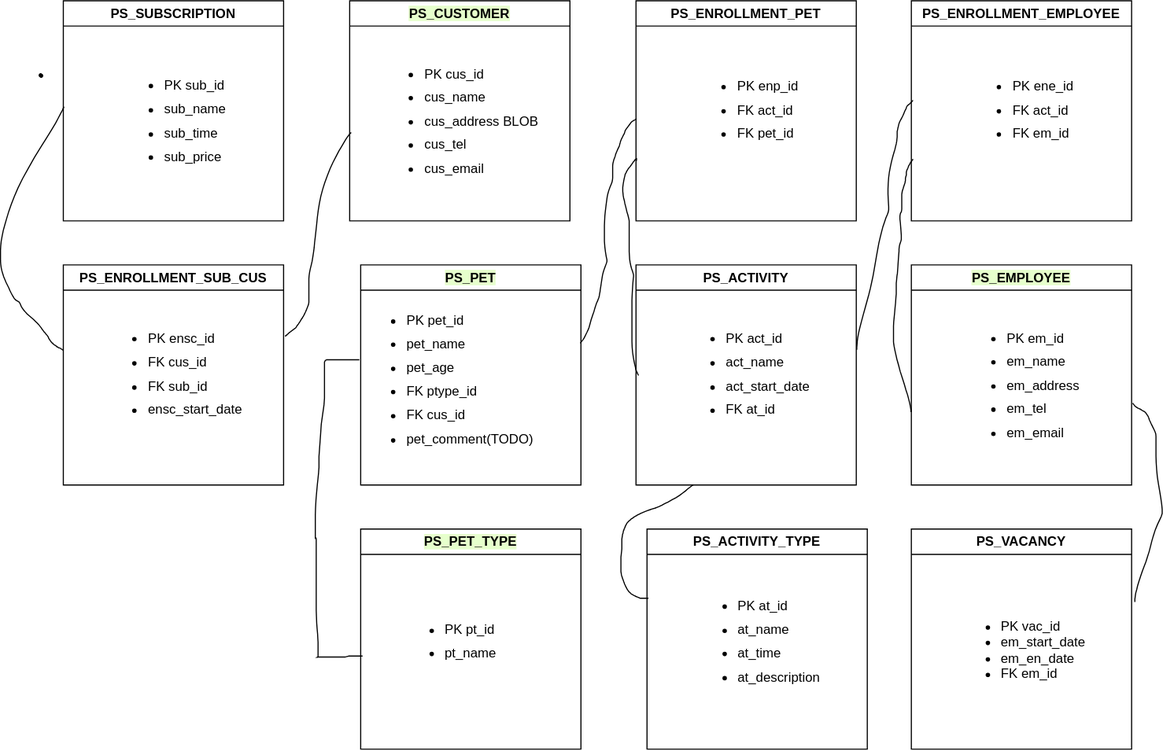
Above: Pet sitter Database.drawio.svg in serotonine/HYFBE-java-pet-sitter (draw.io), before the change. Source tidied: cells renumbered, new cells last; positions are measured from the earlier drawing's top-left corner, leaving out a move shared by most shapes. Its diagram source:
```xml
<mxGraphModel>
  <root>
    <mxCell id="0" />
    <mxCell id="1" parent="0" />
    <mxCell id="2" style="group;" parent="1" vertex="1">
      <mxGeometry x="57" width="200" height="200" as="geometry" />
    </mxCell>
    <mxCell id="3" value="PS_SUBSCRIPTION" style="swimlane;whiteSpace=wrap;html=1;fillStyle=solid;fillColor=#FFFFFF;" parent="2" vertex="1">
      <mxGeometry width="200" height="200" as="geometry" />
    </mxCell>
    <mxCell id="4" value="&lt;ul style=&quot;text-align: left; line-height: 180%;&quot;&gt;&lt;li&gt;&lt;span style=&quot;background-color: transparent; color: light-dark(rgb(0, 0, 0), rgb(255, 255, 255));&quot;&gt;PK sub_id&lt;/span&gt;&lt;/li&gt;&lt;li&gt;&lt;span style=&quot;background-color: transparent; color: light-dark(rgb(0, 0, 0), rgb(255, 255, 255));&quot;&gt;sub_name&lt;/span&gt;&lt;/li&gt;&lt;li&gt;&lt;span style=&quot;background-color: transparent; color: light-dark(rgb(0, 0, 0), rgb(255, 255, 255));&quot;&gt;sub_time&lt;/span&gt;&lt;/li&gt;&lt;li&gt;&lt;span style=&quot;background-color: transparent; color: light-dark(rgb(0, 0, 0), rgb(255, 255, 255));&quot;&gt;sub_price&lt;/span&gt;&lt;/li&gt;&lt;/ul&gt;" style="text;html=1;whiteSpace=wrap;strokeColor=none;fillColor=none;align=center;verticalAlign=middle;rounded=0;" parent="2" vertex="1">
      <mxGeometry x="20" y="40" width="160" height="140" as="geometry" />
    </mxCell>
    <mxCell id="5" value=" " style="group;" parent="1" vertex="1">
      <mxGeometry x="327" y="240" width="200" height="200" as="geometry" />
    </mxCell>
    <mxCell id="6" value="&lt;span style=&quot;background-color: rgb(230, 255, 204);&quot;&gt;PS_PET&lt;/span&gt;" style="swimlane;whiteSpace=wrap;html=1;fillStyle=solid;fillColor=#FFFFFF;" parent="5" vertex="1">
      <mxGeometry width="200" height="200" as="geometry" />
    </mxCell>
    <mxCell id="7" value="&lt;ul style=&quot;line-height: 180%;&quot;&gt;&lt;li&gt;PK pet_id&lt;/li&gt;&lt;li&gt;pet_name&lt;/li&gt;&lt;li&gt;pet_age&lt;/li&gt;&lt;li&gt;&lt;span style=&quot;color: light-dark(rgb(0, 0, 0), rgb(255, 255, 255));&quot;&gt;FK ptype_id&lt;/span&gt;&lt;/li&gt;&lt;li&gt;FK cus_id&lt;/li&gt;&lt;li&gt;pet_comment(TODO)&amp;nbsp;&lt;/li&gt;&lt;/ul&gt;&lt;div&gt;&lt;br&gt;&lt;/div&gt;" style="text;html=1;whiteSpace=wrap;strokeColor=none;fillColor=none;align=left;verticalAlign=middle;rounded=0;" parent="6" vertex="1">
      <mxGeometry y="24" width="200" height="176" as="geometry" />
    </mxCell>
    <mxCell id="8" style="group;" parent="1" vertex="1">
      <mxGeometry x="577" y="240" width="200" height="200" as="geometry" />
    </mxCell>
    <mxCell id="9" style="group;" parent="8" vertex="1">
      <mxGeometry width="200" height="200" as="geometry" />
    </mxCell>
    <mxCell id="10" value="PS_ACTIVITY" style="swimlane;whiteSpace=wrap;html=1;fillStyle=solid;fillColor=#FFFFFF;" parent="9" vertex="1">
      <mxGeometry width="200" height="200" as="geometry" />
    </mxCell>
    <mxCell id="11" value="&lt;ul style=&quot;text-align: left; line-height: 180%;&quot;&gt;&lt;li&gt;&lt;span style=&quot;background-color: transparent; color: light-dark(rgb(0, 0, 0), rgb(255, 255, 255));&quot;&gt;PK act_id&lt;/span&gt;&lt;/li&gt;&lt;li&gt;&lt;span style=&quot;background-color: transparent; color: light-dark(rgb(0, 0, 0), rgb(255, 255, 255));&quot;&gt;act_name&lt;/span&gt;&lt;/li&gt;&lt;li&gt;act_start_date&lt;/li&gt;&lt;li&gt;FK at_id&lt;/li&gt;&lt;/ul&gt;" style="text;html=1;whiteSpace=wrap;strokeColor=none;fillColor=none;align=center;verticalAlign=middle;rounded=0;" parent="9" vertex="1">
      <mxGeometry x="20" y="40" width="160" height="120" as="geometry" />
    </mxCell>
    <mxCell id="12" style="group;" parent="1" vertex="1">
      <mxGeometry x="827" y="240" width="200" height="200" as="geometry" />
    </mxCell>
    <mxCell id="13" style="group;" parent="12" vertex="1">
      <mxGeometry width="200" height="200" as="geometry" />
    </mxCell>
    <mxCell id="14" value="&lt;span style=&quot;background-color: rgb(230, 255, 204);&quot;&gt;PS_EMPLOYEE&lt;/span&gt;" style="swimlane;whiteSpace=wrap;html=1;fillStyle=solid;fillColor=#FFFFFF;" parent="13" vertex="1">
      <mxGeometry width="200" height="200" as="geometry" />
    </mxCell>
    <mxCell id="15" value="&lt;ul style=&quot;text-align: left; line-height: 180%;&quot;&gt;&lt;li&gt;&lt;span style=&quot;background-color: transparent; color: light-dark(rgb(0, 0, 0), rgb(255, 255, 255));&quot;&gt;PK em_id&lt;/span&gt;&lt;/li&gt;&lt;li&gt;&lt;span style=&quot;background-color: transparent; color: light-dark(rgb(0, 0, 0), rgb(255, 255, 255));&quot;&gt;em_name&lt;/span&gt;&lt;/li&gt;&lt;li&gt;&lt;span style=&quot;background-color: transparent; color: light-dark(rgb(0, 0, 0), rgb(255, 255, 255));&quot;&gt;em_address&lt;/span&gt;&lt;/li&gt;&lt;li&gt;&lt;span style=&quot;background-color: transparent; color: light-dark(rgb(0, 0, 0), rgb(255, 255, 255));&quot;&gt;em_tel&lt;/span&gt;&lt;/li&gt;&lt;li&gt;&lt;span style=&quot;background-color: transparent; color: light-dark(rgb(0, 0, 0), rgb(255, 255, 255));&quot;&gt;em_email&lt;/span&gt;&lt;/li&gt;&lt;/ul&gt;" style="text;html=1;whiteSpace=wrap;strokeColor=none;fillColor=none;align=center;verticalAlign=middle;rounded=0;" parent="13" vertex="1">
      <mxGeometry x="20" y="40" width="160" height="140" as="geometry" />
    </mxCell>
    <mxCell id="16" style="group;" parent="1" vertex="1">
      <mxGeometry x="827" y="480" width="200" height="200" as="geometry" />
    </mxCell>
    <mxCell id="17" value="PS_VACANCY" style="swimlane;whiteSpace=wrap;html=1;fillStyle=solid;fillColor=#FFFFFF;" parent="16" vertex="1">
      <mxGeometry width="200" height="200" as="geometry" />
    </mxCell>
    <mxCell id="18" value="&lt;ul style=&quot;text-align: left;&quot;&gt;&lt;li&gt;&lt;span style=&quot;background-color: transparent; color: light-dark(rgb(0, 0, 0), rgb(255, 255, 255));&quot;&gt;PK vac_id&lt;/span&gt;&lt;/li&gt;&lt;li&gt;&lt;span style=&quot;background-color: transparent; color: light-dark(rgb(0, 0, 0), rgb(255, 255, 255));&quot;&gt;em_start_date&lt;/span&gt;&lt;/li&gt;&lt;li&gt;&lt;span style=&quot;background-color: transparent; color: light-dark(rgb(0, 0, 0), rgb(255, 255, 255));&quot;&gt;em_en_date&lt;/span&gt;&lt;/li&gt;&lt;li&gt;&lt;span style=&quot;background-color: transparent; color: light-dark(rgb(0, 0, 0), rgb(255, 255, 255));&quot;&gt;FK em_id&lt;/span&gt;&lt;/li&gt;&lt;/ul&gt;" style="text;html=1;whiteSpace=wrap;strokeColor=none;fillColor=none;align=center;verticalAlign=middle;rounded=0;" parent="16" vertex="1">
      <mxGeometry x="20" y="40" width="160" height="140" as="geometry" />
    </mxCell>
    <mxCell id="19" style="group;" parent="1" vertex="1">
      <mxGeometry x="317" width="200" height="200" as="geometry" />
    </mxCell>
    <mxCell id="20" value="&lt;span style=&quot;background-color: rgb(230, 255, 204);&quot;&gt;PS_CUSTOMER&lt;/span&gt;" style="swimlane;whiteSpace=wrap;html=1;fillStyle=solid;fillColor=#FFFFFF;" parent="19" vertex="1">
      <mxGeometry width="200" height="200" as="geometry" />
    </mxCell>
    <mxCell id="21" value="&lt;div style=&quot;line-height: 180%;&quot;&gt;&lt;div style=&quot;text-align: left;&quot;&gt;&lt;ul&gt;&lt;li&gt;&lt;span style=&quot;background-color: transparent; color: light-dark(rgb(0, 0, 0), rgb(255, 255, 255));&quot;&gt;PK cus_id&lt;/span&gt;&lt;/li&gt;&lt;li&gt;&lt;span style=&quot;background-color: transparent; color: light-dark(rgb(0, 0, 0), rgb(255, 255, 255));&quot;&gt;cus_name&lt;/span&gt;&lt;/li&gt;&lt;li&gt;&lt;span style=&quot;background-color: transparent; color: light-dark(rgb(0, 0, 0), rgb(255, 255, 255));&quot;&gt;cus_address BLOB&lt;/span&gt;&lt;/li&gt;&lt;li&gt;&lt;span style=&quot;background-color: transparent; color: light-dark(rgb(0, 0, 0), rgb(255, 255, 255));&quot;&gt;cus_tel&lt;/span&gt;&lt;/li&gt;&lt;li&gt;&lt;span style=&quot;background-color: transparent; color: light-dark(rgb(0, 0, 0), rgb(255, 255, 255));&quot;&gt;cus_email&lt;/span&gt;&lt;/li&gt;&lt;/ul&gt;&lt;/div&gt;&lt;div&gt;&lt;/div&gt;&lt;/div&gt;" style="text;html=1;whiteSpace=wrap;strokeColor=none;fillColor=none;align=center;verticalAlign=middle;rounded=0;" parent="19" vertex="1">
      <mxGeometry y="30" width="200" height="160" as="geometry" />
    </mxCell>
    <mxCell id="22" value=" " style="group;" parent="1" vertex="1">
      <mxGeometry x="327" y="480" width="200" height="200" as="geometry" />
    </mxCell>
    <mxCell id="23" value="&lt;span style=&quot;background-color: rgb(230, 255, 204);&quot;&gt;PS_PET_TYPE&lt;/span&gt;" style="swimlane;whiteSpace=wrap;html=1;fillStyle=solid;fillColor=#FFFFFF;" parent="22" vertex="1">
      <mxGeometry width="200" height="200" as="geometry" />
    </mxCell>
    <mxCell id="24" value="&lt;ul style=&quot;line-height: 180%;&quot;&gt;&lt;li style=&quot;text-align: left;&quot;&gt;&lt;span&gt;PK pt_id&lt;/span&gt;&lt;/li&gt;&lt;li style=&quot;text-align: left;&quot;&gt;pt_name&lt;/li&gt;&lt;/ul&gt;&lt;div&gt;&lt;br style=&quot;text-align: left;&quot;&gt;&lt;/div&gt;" style="text;html=1;whiteSpace=wrap;strokeColor=none;fillColor=none;align=center;verticalAlign=middle;rounded=0;" parent="22" vertex="1">
      <mxGeometry x="20" y="40" width="120" height="140" as="geometry" />
    </mxCell>
    <mxCell id="25" style="group;" parent="1" vertex="1">
      <mxGeometry x="587" y="480" width="200" height="200" as="geometry" />
    </mxCell>
    <mxCell id="26" style="group;" parent="25" vertex="1">
      <mxGeometry width="200" height="200" as="geometry" />
    </mxCell>
    <mxCell id="27" value="PS_ACTIVITY_TYPE" style="swimlane;whiteSpace=wrap;html=1;fillStyle=solid;fillColor=#FFFFFF;" parent="26" vertex="1">
      <mxGeometry width="200" height="200" as="geometry" />
    </mxCell>
    <mxCell id="28" value="&lt;ul style=&quot;line-height: 21.6px;&quot;&gt;&lt;li style=&quot;text-align: left;&quot;&gt;PK at_id&lt;/li&gt;&lt;li style=&quot;text-align: left;&quot;&gt;at_name&lt;/li&gt;&lt;li style=&quot;text-align: left;&quot;&gt;at_time&lt;/li&gt;&lt;li style=&quot;text-align: left;&quot;&gt;&lt;span style=&quot;background-color: transparent; color: light-dark(rgb(0, 0, 0), rgb(255, 255, 255));&quot;&gt;at_description&lt;/span&gt;&lt;/li&gt;&lt;/ul&gt;&lt;div&gt;&lt;br style=&quot;text-align: left;&quot;&gt;&lt;/div&gt;" style="text;html=1;whiteSpace=wrap;strokeColor=none;fillColor=none;align=center;verticalAlign=middle;rounded=0;" parent="26" vertex="1">
      <mxGeometry y="20" width="200" height="180" as="geometry" />
    </mxCell>
    <mxCell id="29" style="group;" parent="1" vertex="1">
      <mxGeometry x="577" width="200" height="200" as="geometry" />
    </mxCell>
    <mxCell id="30" style="group;" parent="29" vertex="1">
      <mxGeometry width="200" height="200" as="geometry" />
    </mxCell>
    <mxCell id="31" value="PS_ENROLLMENT_PET" style="swimlane;whiteSpace=wrap;html=1;fillStyle=solid;fillColor=#FFFFFF;" parent="30" vertex="1">
      <mxGeometry width="200" height="200" as="geometry" />
    </mxCell>
    <mxCell id="32" value="&lt;ul style=&quot;text-align: left; line-height: 180%;&quot;&gt;&lt;li&gt;&lt;span style=&quot;background-color: transparent; color: light-dark(rgb(0, 0, 0), rgb(255, 255, 255));&quot;&gt;PK enp_id&lt;/span&gt;&lt;/li&gt;&lt;li&gt;&lt;span style=&quot;background-color: transparent; color: light-dark(rgb(0, 0, 0), rgb(255, 255, 255));&quot;&gt;FK act_id&lt;/span&gt;&lt;/li&gt;&lt;li&gt;FK pet_id&lt;/li&gt;&lt;/ul&gt;" style="text;html=1;whiteSpace=wrap;strokeColor=none;fillColor=none;align=center;verticalAlign=middle;rounded=0;" parent="30" vertex="1">
      <mxGeometry x="20" y="40" width="160" height="120" as="geometry" />
    </mxCell>
    <mxCell id="33" style="group;" parent="1" vertex="1">
      <mxGeometry x="827" width="200" height="200" as="geometry" />
    </mxCell>
    <mxCell id="34" style="group;" parent="33" vertex="1">
      <mxGeometry width="200" height="200" as="geometry" />
    </mxCell>
    <mxCell id="35" value="PS_ENROLLMENT_EMPLOYEE" style="swimlane;whiteSpace=wrap;html=1;fillStyle=solid;fillColor=#FFFFFF;" parent="34" vertex="1">
      <mxGeometry width="200" height="200" as="geometry" />
    </mxCell>
    <mxCell id="36" value="&lt;ul style=&quot;text-align: left; line-height: 180%;&quot;&gt;&lt;li&gt;&lt;span style=&quot;background-color: transparent; color: light-dark(rgb(0, 0, 0), rgb(255, 255, 255));&quot;&gt;PK ene_id&lt;/span&gt;&lt;/li&gt;&lt;li&gt;&lt;span style=&quot;background-color: transparent; color: light-dark(rgb(0, 0, 0), rgb(255, 255, 255));&quot;&gt;FK act_id&lt;/span&gt;&lt;/li&gt;&lt;li&gt;FK em_id&lt;/li&gt;&lt;/ul&gt;" style="text;html=1;whiteSpace=wrap;strokeColor=none;fillColor=none;align=center;verticalAlign=middle;rounded=0;" parent="34" vertex="1">
      <mxGeometry x="20" y="40" width="160" height="120" as="geometry" />
    </mxCell>
    <mxCell id="37" style="group;" parent="1" vertex="1">
      <mxGeometry x="57" y="240" width="200" height="200" as="geometry" />
    </mxCell>
    <mxCell id="38" style="group;" parent="37" vertex="1">
      <mxGeometry width="200" height="200" as="geometry" />
    </mxCell>
    <mxCell id="39" value="PS_ENROLLMENT_SUB_CUS" style="swimlane;whiteSpace=wrap;html=1;fillStyle=solid;fillColor=#FFFFFF;" parent="38" vertex="1">
      <mxGeometry width="200" height="200" as="geometry" />
    </mxCell>
    <mxCell id="40" value="&lt;ul style=&quot;text-align: left; line-height: 180%;&quot;&gt;&lt;li&gt;&lt;span style=&quot;background-color: transparent; color: light-dark(rgb(0, 0, 0), rgb(255, 255, 255));&quot;&gt;PK ensc_id&lt;/span&gt;&lt;/li&gt;&lt;li&gt;&lt;span style=&quot;background-color: transparent; color: light-dark(rgb(0, 0, 0), rgb(255, 255, 255));&quot;&gt;FK cus_id&lt;/span&gt;&lt;/li&gt;&lt;li&gt;FK sub_id&lt;/li&gt;&lt;li&gt;ensc_start_date&lt;/li&gt;&lt;/ul&gt;" style="text;html=1;whiteSpace=wrap;strokeColor=none;fillColor=none;align=center;verticalAlign=middle;rounded=0;" parent="38" vertex="1">
      <mxGeometry x="20" y="40" width="160" height="120" as="geometry" />
    </mxCell>
    <mxCell id="41" style="shape=(stored shape, 640 characters);lineShape=1;strokeColor=default;" parent="1" vertex="1">
      <mxGeometry x="35.1" y="66.3" width="3.2" height="3.2" as="geometry" />
    </mxCell>
    <mxCell id="42" style="shape=(stored shape, 1456 characters);fillColor=none;strokeColor=default;" parent="1" vertex="1">
      <mxGeometry x="285.8" y="326.3" width="42.9" height="270.2" as="geometry" />
    </mxCell>
    <mxCell id="43" style="shape=(stored shape, 1252 characters);fillColor=none;strokeColor=default;" parent="1" vertex="1">
      <mxGeometry x="526.6" y="107.1" width="50.8" height="204.2" as="geometry" />
    </mxCell>
    <mxCell id="44" style="shape=(stored shape, 1080 characters);fillColor=none;strokeColor=default;" parent="1" vertex="1">
      <mxGeometry x="565" y="142.9" width="14.2" height="197.5" as="geometry" />
    </mxCell>
    <mxCell id="45" style="shape=(stored shape, 1012 characters);fillColor=none;strokeColor=default;" parent="1" vertex="1">
      <mxGeometry x="777.5" y="90.4" width="50.8" height="226.7" as="geometry" />
    </mxCell>
    <mxCell id="46" style="shape=(stored shape, 1292 characters);fillColor=none;strokeColor=default;" parent="1" vertex="1">
      <mxGeometry x="810.8" y="143.8" width="17.5" height="230" as="geometry" />
    </mxCell>
    <mxCell id="47" style="shape=(stored shape, 968 characters);fillColor=none;strokeColor=default;" parent="1" vertex="1">
      <mxGeometry x="1028.3" y="365.4" width="26.5" height="180.8" as="geometry" />
    </mxCell>
    <mxCell id="48" style="shape=(stored shape, 1292 characters);fillColor=none;strokeColor=default;" parent="1" vertex="1">
      <mxGeometry x="563.3" y="439.6" width="65.8" height="103.3" as="geometry" />
    </mxCell>
    <mxCell id="49" style="shape=(stored shape, 1036 characters);fillColor=none;strokeColor=default;" parent="1" vertex="1">
      <mxGeometry x="258.3" y="119.6" width="60" height="185" as="geometry" />
    </mxCell>
    <mxCell id="50" style="shape=(stored shape, 1332 characters);fillColor=none;strokeColor=default;" parent="1" vertex="1">
      <mxGeometry y="96.3" width="57.5" height="221.7" as="geometry" />
    </mxCell>
  </root>
</mxGraphModel>
```
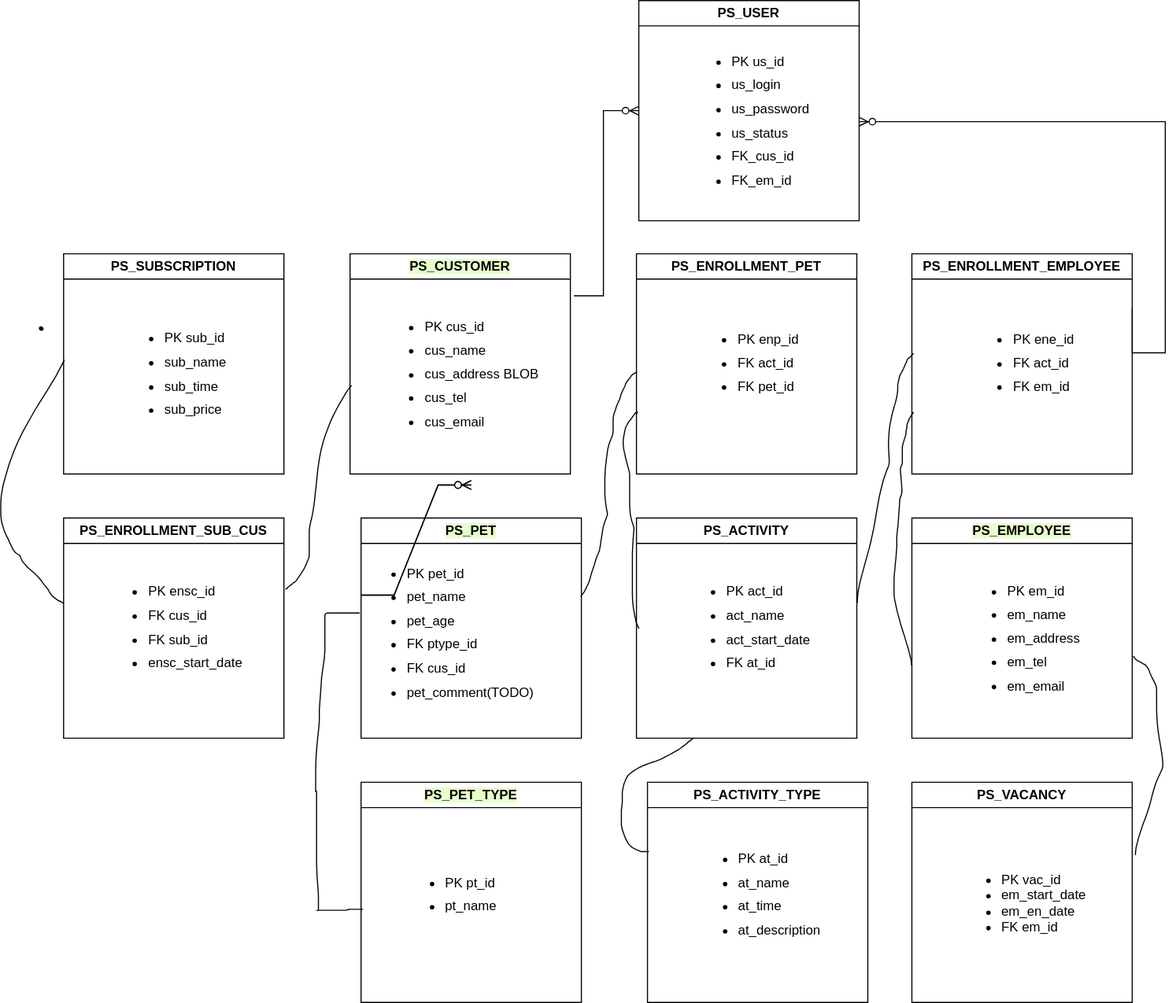
The same diagram one commit later.

Commit message:
User implementation #1.

Change to the diagram source:
```diff
@@ -149,5 +149,44 @@
     <mxCell id="50" style="shape=(stored shape, 1332 characters);fillColor=none;strokeColor=default;" parent="1" vertex="1">
       <mxGeometry y="96.3" width="57.5" height="221.7" as="geometry" />
     </mxCell>
+    <mxCell id="51" style="group;" parent="1" vertex="1">
+      <mxGeometry x="579.1" y="-230" width="200" height="200" as="geometry" />
+    </mxCell>
+    <mxCell id="52" value="PS_USER" style="swimlane;whiteSpace=wrap;html=1;fillStyle=solid;fillColor=#FFFFFF;" parent="51" vertex="1">
+      <mxGeometry width="200" height="200" as="geometry" />
+    </mxCell>
+    <mxCell id="53" value="&lt;div style=&quot;line-height: 180%;&quot;&gt;&lt;div style=&quot;text-align: left;&quot;&gt;&lt;ul&gt;&lt;li&gt;&lt;span style=&quot;background-color: transparent; color: light-dark(rgb(0, 0, 0), rgb(255, 255, 255));&quot;&gt;PK us_id&lt;/span&gt;&lt;/li&gt;&lt;li&gt;&lt;span style=&quot;background-color: transparent; color: light-dark(rgb(0, 0, 0), rgb(255, 255, 255));&quot;&gt;us_login&lt;/span&gt;&lt;/li&gt;&lt;li&gt;&lt;span style=&quot;background-color: transparent; color: light-dark(rgb(0, 0, 0), rgb(255, 255, 255));&quot;&gt;us_password&lt;/span&gt;&lt;/li&gt;&lt;li&gt;&lt;span style=&quot;background-color: transparent; color: light-dark(rgb(0, 0, 0), rgb(255, 255, 255));&quot;&gt;us_status&lt;/span&gt;&lt;/li&gt;&lt;li&gt;&lt;span style=&quot;background-color: transparent; color: light-dark(rgb(0, 0, 0), rgb(255, 255, 255));&quot;&gt;FK_cus_id&lt;/span&gt;&lt;/li&gt;&lt;li&gt;&lt;span style=&quot;background-color: transparent; color: light-dark(rgb(0, 0, 0), rgb(255, 255, 255));&quot;&gt;FK_em_id&lt;/span&gt;&lt;/li&gt;&lt;/ul&gt;&lt;/div&gt;&lt;div&gt;&lt;/div&gt;&lt;/div&gt;" style="text;html=1;whiteSpace=wrap;strokeColor=none;fillColor=none;align=center;verticalAlign=middle;rounded=0;" parent="51" vertex="1">
+      <mxGeometry y="30" width="200" height="160" as="geometry" />
+    </mxCell>
+    <mxCell id="54" style="edgeStyle=orthogonalEdgeStyle;fontSize=12;html=1;endArrow=ERzeroToMany;endFill=1;rounded=0;exitX=1.016;exitY=0.051;exitDx=0;exitDy=0;exitPerimeter=0;" parent="1" edge="1" source="21">
+      <mxGeometry relative="1" as="geometry">
+        <mxPoint x="579.1" y="-130" as="targetPoint" />
+        <Array as="points">
+          <mxPoint x="547" y="38" />
+          <mxPoint x="547" y="-130" />
+        </Array>
+      </mxGeometry>
+    </mxCell>
+    <mxCell id="55" style="edgeStyle=entityRelationEdgeStyle;fontSize=12;html=1;endArrow=ERzeroToMany;endFill=1;rounded=0;" parent="1" edge="1">
+      <mxGeometry relative="1" as="geometry">
+        <mxPoint x="327" y="310" as="sourcePoint" />
+        <mxPoint x="427" y="210" as="targetPoint" />
+      </mxGeometry>
+    </mxCell>
+    <mxCell id="56" style="edgeStyle=entityRelationEdgeStyle;fontSize=12;html=1;endArrow=ERzeroToMany;endFill=1;rounded=0;" parent="1" edge="1">
+      <mxGeometry relative="1" as="geometry">
+        <mxPoint x="327" y="310" as="sourcePoint" />
+        <mxPoint x="427" y="210" as="targetPoint" />
+      </mxGeometry>
+    </mxCell>
+    <mxCell id="57" style="edgeStyle=orthogonalEdgeStyle;fontSize=12;html=1;endArrow=ERzeroToMany;endFill=1;rounded=0;entryX=1;entryY=0.5;entryDx=0;entryDy=0;exitX=1;exitY=0.25;exitDx=0;exitDy=0;" parent="1" edge="1" source="35" target="53">
+      <mxGeometry relative="1" as="geometry">
+        <Array as="points">
+          <mxPoint x="1027" y="90" />
+          <mxPoint x="1057" y="90" />
+          <mxPoint x="1057" y="-120" />
+        </Array>
+      </mxGeometry>
+    </mxCell>
   </root>
 </mxGraphModel>
```
